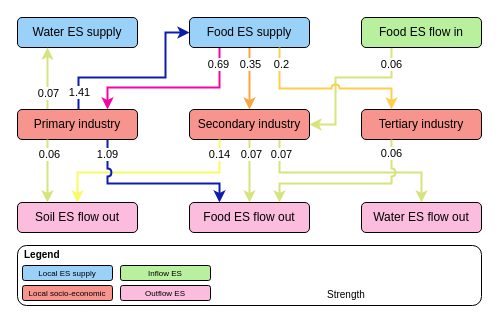
Earlier version of the draw.io diagram ES_FLOW.drawio (THRILLERLEMON/Draw.IO). Source tidied: cells renumbered, new cells numbered last; positions are measured from the earlier drawing's top-left corner, leaving out a move shared by most shapes. Both pictures are drawn from the tidied source at 100%, with x=0, y=0 at pixel (17, 17).
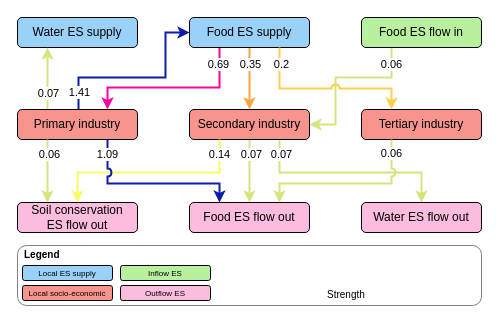
The same page after the edit.

Diff of the diagram source:
```diff
@@
-    <mxCell id="2" style="rounded=1;whiteSpace=wrap;html=1;" parent="1" vertex="1">
+    <mxCell id="2" style="rounded=1;whiteSpace=wrap;html=1;strokeWidth=0.5;" parent="1" vertex="1">
       <mxGeometry y="228" width="464" height="60" as="geometry" />
     </mxCell>
@@
-    <mxCell id="19" value="&lt;p style=&quot;margin-top: 0pt; margin-bottom: 0pt; margin-left: 0in; direction: ltr; unicode-bidi: embed; word-break: normal;&quot;&gt;Soil ES flow out&lt;/p&gt;" style="rounded=1;whiteSpace=wrap;html=1;fontFamily=Arial;fillColor=#fbbcdd;flipV=1;" parent="1" vertex="1">
+    <mxCell id="19" value="&lt;p style=&quot;border-color: var(--border-color); margin-top: 0pt; margin-bottom: 0pt; margin-left: 0in; direction: ltr; unicode-bidi: embed; word-break: normal;&quot;&gt;Soil&amp;nbsp;&lt;span style=&quot;background-color: initial;&quot;&gt;conservation&lt;/span&gt;&lt;/p&gt;&lt;p style=&quot;border-color: var(--border-color); margin-top: 0pt; margin-bottom: 0pt; margin-left: 0in; direction: ltr; unicode-bidi: embed; word-break: normal;&quot;&gt;&lt;span style=&quot;background-color: initial;&quot;&gt;ES flow out&lt;/span&gt;&lt;/p&gt;" style="rounded=1;whiteSpace=wrap;html=1;fontFamily=Arial;fillColor=#fbbcdd;flipV=1;verticalAlign=middle;spacingTop=0;spacing=2;" parent="1" vertex="1">
       <mxGeometry y="185" width="120" height="30" as="geometry" />
     </mxCell>
```
